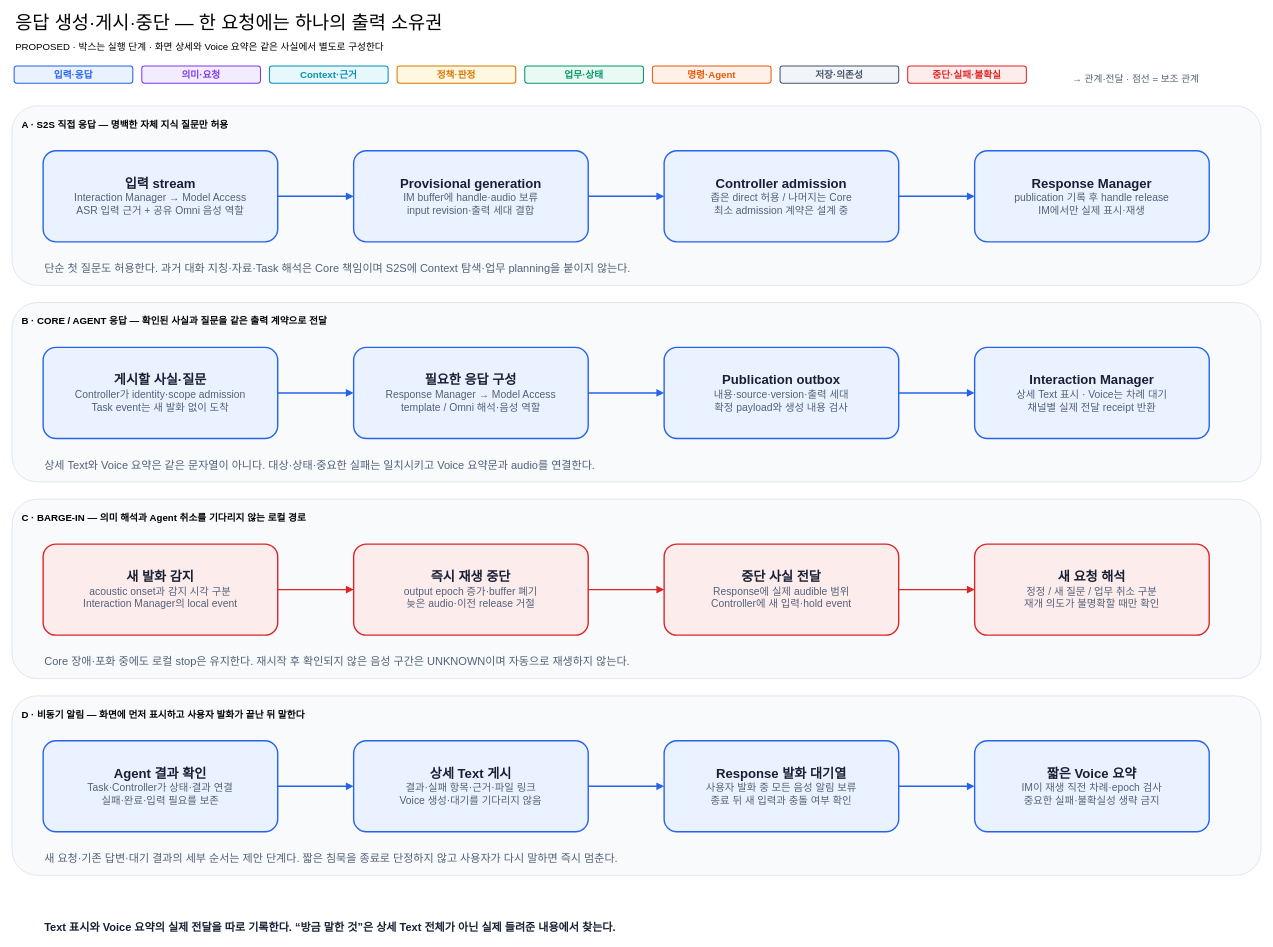
cbyche/via-sw-architecture keeps this draw.io diagram as docs/architecture/12-decisions/target-architecture/diagrams/08-response-and-interruption.drawio. Above is the earlier version. Source tidied: cells renumbered, new cells numbered last; positions are measured from the earlier drawing's top-left corner, leaving out a move shared by most shapes. Both pictures are drawn from the tidied source at 69%, with x=0, y=0 at pixel (12, 12).
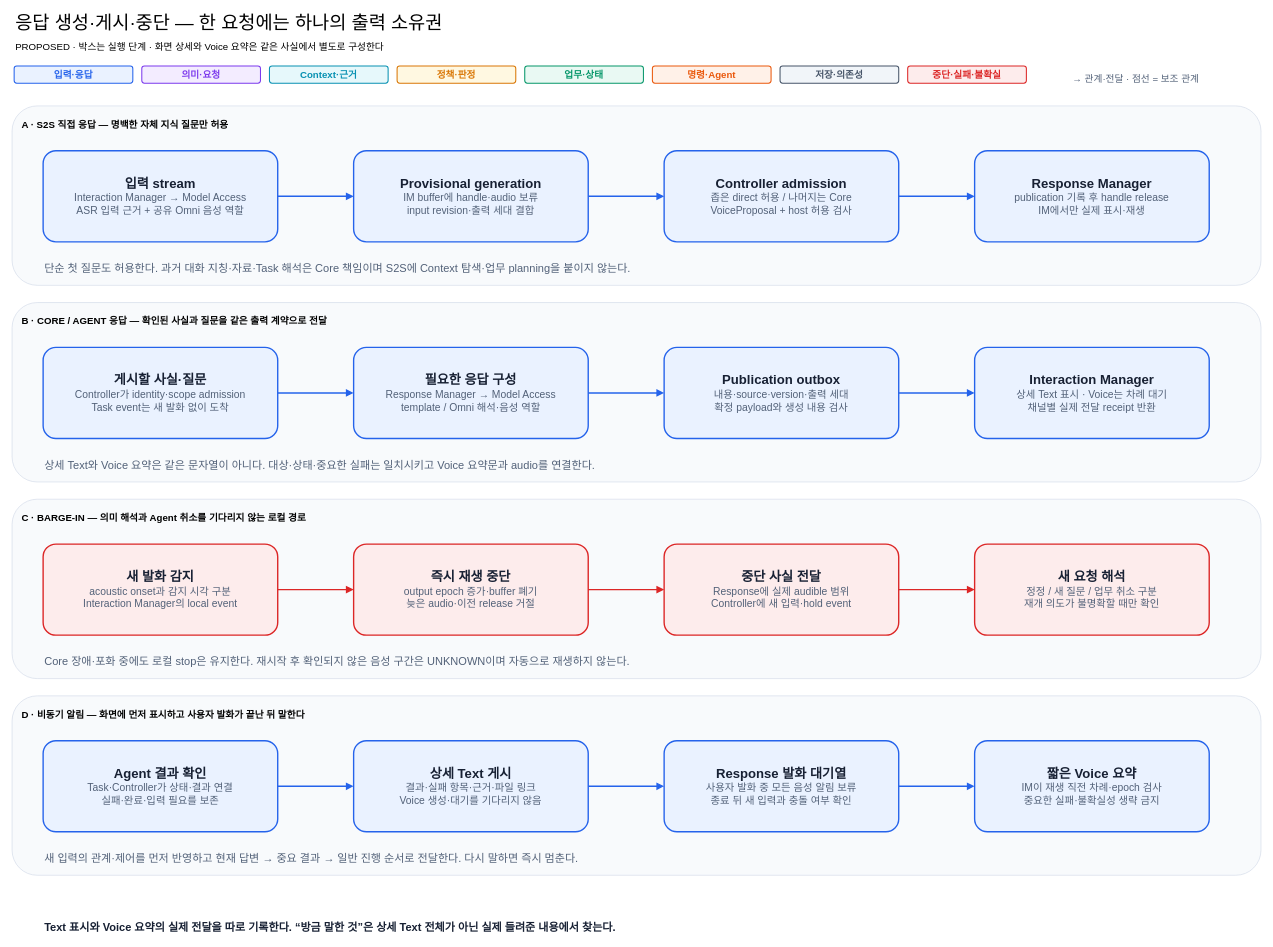
The same diagram, later.

Diff of the diagram source:
```diff
@@
-    <mxCell id="8" value="&lt;div style='font-size:19px;font-weight:bold'&gt;Controller admission&lt;/div&gt;&lt;div style='font-size:15px;color:#526178'&gt;좁은 direct 허용 / 나머지는 Core&lt;/div&gt;&lt;div style='font-size:15px;color:#526178'&gt;최소 admission 계약은 설계 중&lt;/div&gt;" style="shape=rectangle;rounded=1;whiteSpace=wrap;html=1;fillColor=#EAF2FF;strokeColor=#2563EB;strokeWidth=2;fontColor=#172033;dashed=0;arcSize=14;spacing=10;" parent="1" vertex="1">
+    <mxCell id="8" value="&lt;div style='font-size:19px;font-weight:bold'&gt;Controller admission&lt;/div&gt;&lt;div style='font-size:15px;color:#526178'&gt;좁은 direct 허용 / 나머지는 Core&lt;/div&gt;&lt;div style='font-size:15px;color:#526178'&gt;VoiceProposal + host 허용 검사&lt;/div&gt;" style="shape=rectangle;rounded=1;whiteSpace=wrap;html=1;fillColor=#EAF2FF;strokeColor=#2563EB;strokeWidth=2;fontColor=#172033;dashed=0;arcSize=14;spacing=10;" parent="1" vertex="1">
       <mxGeometry x="945" y="200" width="340" height="132" as="geometry" />
     </mxCell>
@@
-    <mxCell id="38" value="새 요청·기존 답변·대기 결과의 세부 순서는 제안 단계다. 짧은 침묵을 종료로 단정하지 않고 사용자가 다시 말하면 즉시 멈춘다." style="text;html=1;strokeColor=none;fillColor=none;align=left;fontSize=16;fontColor=#526178;fontStyle=0;" parent="1" vertex="1">
-      <mxGeometry x="45" y="1209" width="1016" height="28" as="geometry" />
+    <mxCell id="38" value="새 입력의 관계·제어를 먼저 반영하고 현재 답변 → 중요 결과 → 일반 진행 순서로 전달한다. 다시 말하면 즉시 멈춘다." style="text;html=1;strokeColor=none;fillColor=none;align=left;fontSize=16;fontColor=#526178;fontStyle=0;" parent="1" vertex="1">
+      <mxGeometry x="45" y="1209" width="952" height="28" as="geometry" />
     </mxCell>
```
